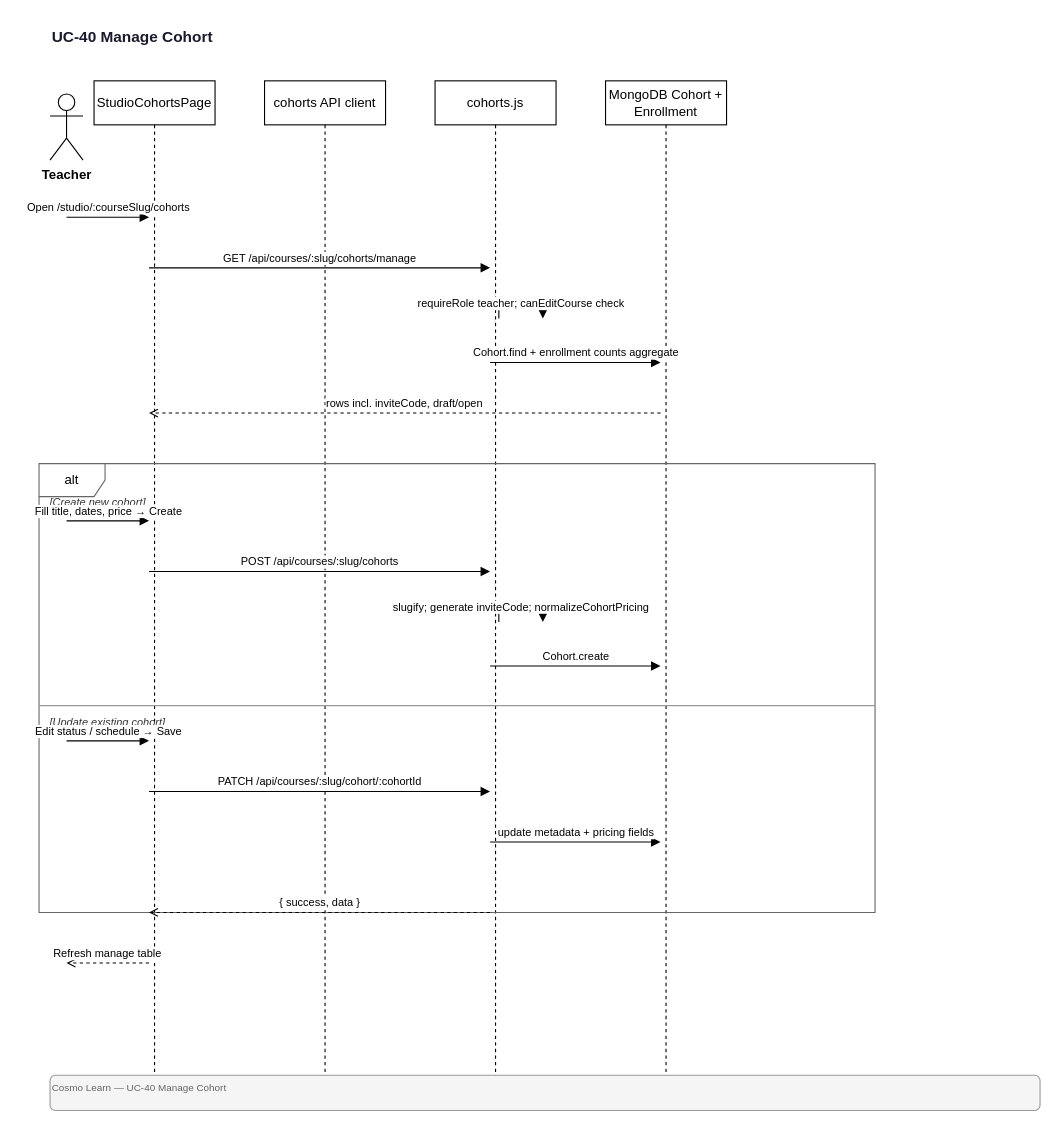
quangg1/ASTRO_EDU keeps this draw.io diagram as docs/diagrams/sequence/UC-40-Manage-Cohort.drawio. Above is the earlier version. Source tidied: cells renumbered, new cells numbered last; positions are measured from the earlier drawing's top-left corner, leaving out a move shared by most shapes. Both pictures are drawn from the tidied source at 110%, with x=0, y=0 at pixel (38, 19).
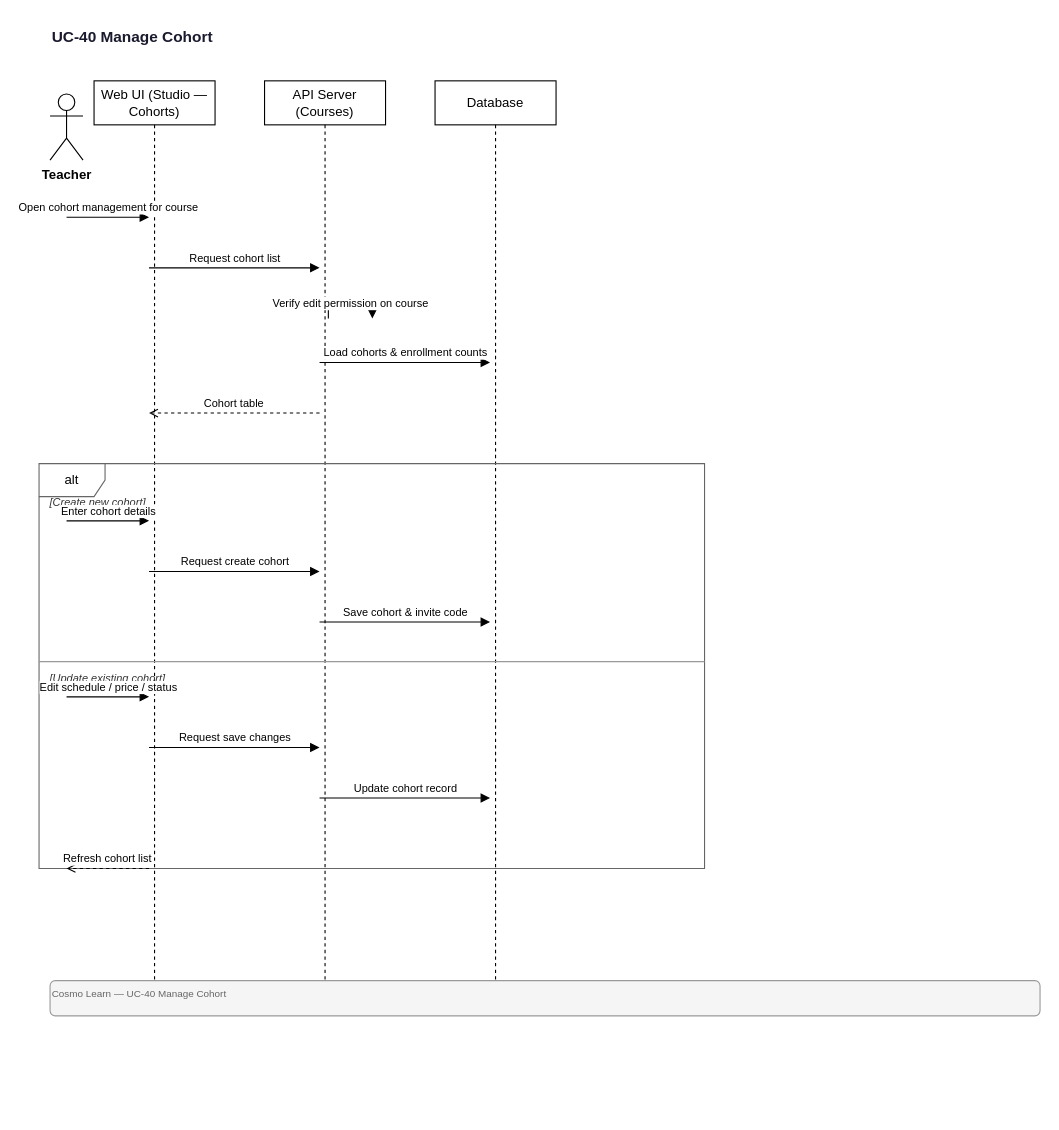
The same diagram, later.

The edit, as a diff of the source:
```diff
@@
-    <mxCell id="4" value="StudioCohortsPage" style="shape=umlLifeline;perimeter=lifelinePerimeter;whiteSpace=wrap;html=1;size=40;" parent="1" vertex="1">
-      <mxGeometry x="50" y="56" width="110" height="906" as="geometry" />
-    </mxCell>
-    <mxCell id="5" value="cohorts API client" style="shape=umlLifeline;perimeter=lifelinePerimeter;whiteSpace=wrap;html=1;size=40;" parent="1" vertex="1">
-      <mxGeometry x="205" y="56" width="110" height="906" as="geometry" />
-    </mxCell>
-    <mxCell id="6" value="cohorts.js" style="shape=umlLifeline;perimeter=lifelinePerimeter;whiteSpace=wrap;html=1;size=40;" parent="1" vertex="1">
-      <mxGeometry x="360" y="56" width="110" height="906" as="geometry" />
-    </mxCell>
+    <mxCell id="27" value="Web UI (Studio — Cohorts)" style="shape=umlLifeline;perimeter=lifelinePerimeter;whiteSpace=wrap;html=1;size=40;" parent="1" vertex="1">
+      <mxGeometry x="50" y="56" width="110" height="820" as="geometry" />
+    </mxCell>
+    <mxCell id="28" value="API Server (Courses)" style="shape=umlLifeline;perimeter=lifelinePerimeter;whiteSpace=wrap;html=1;size=40;" parent="1" vertex="1">
+      <mxGeometry x="205" y="56" width="110" height="820" as="geometry" />
+    </mxCell>
-    <mxCell id="7" value="MongoDB Cohort + Enrollment" style="shape=umlLifeline;perimeter=lifelinePerimeter;whiteSpace=wrap;html=1;size=40;" parent="1" vertex="1">
-      <mxGeometry x="515" y="56" width="110" height="906" as="geometry" />
+    <mxCell id="7" value="Database" style="shape=umlLifeline;perimeter=lifelinePerimeter;whiteSpace=wrap;html=1;size=40;" parent="1" vertex="1">
+      <mxGeometry x="360" y="56" width="110" height="820" as="geometry" />
     </mxCell>
-    <mxCell id="8" value="Open /studio/:courseSlug/cohorts" style="endArrow=block;endFill=1;html=1;fontSize=10;verticalAlign=bottom;" parent="1" edge="1">
+    <mxCell id="8" value="Open cohort management for course" style="endArrow=block;endFill=1;html=1;fontSize=10;verticalAlign=bottom;" parent="1" edge="1">
       <mxGeometry relative="1" as="geometry">
         <mxPoint x="25" y="180" as="sourcePoint" />
         <mxPoint x="100" y="180" as="targetPoint" />
       </mxGeometry>
     </mxCell>
-    <mxCell id="9" value="GET /api/courses/:slug/cohorts/manage" style="endArrow=block;endFill=1;html=1;fontSize=10;verticalAlign=bottom;" parent="1" edge="1">
+    <mxCell id="9" value="Request cohort list" style="endArrow=block;endFill=1;html=1;fontSize=10;verticalAlign=bottom;" parent="1" edge="1">
       <mxGeometry relative="1" as="geometry">
         <mxPoint x="100" y="226" as="sourcePoint" />
-        <mxPoint x="410" y="226" as="targetPoint" />
+        <mxPoint x="255" y="226" as="targetPoint" />
       </mxGeometry>
     </mxCell>
-    <mxCell id="10" value="requireRole teacher; canEditCourse check" style="endArrow=block;endFill=1;html=1;fontSize=10;edgeStyle=orthogonalEdgeStyle;rounded=0;" parent="1" edge="1">
+    <mxCell id="10" value="Verify edit permission on course" style="endArrow=block;endFill=1;html=1;fontSize=10;edgeStyle=orthogonalEdgeStyle;rounded=0;" parent="1" edge="1">
       <mxGeometry relative="1" as="geometry">
-        <mxPoint x="418" y="272" as="sourcePoint" />
-        <mxPoint x="458" y="272" as="targetPoint" />
+        <mxPoint x="263" y="272" as="sourcePoint" />
+        <mxPoint x="303" y="272" as="targetPoint" />
         <Array as="points">
-          <mxPoint x="458" y="258" />
-          <mxPoint x="418" y="258" />
+          <mxPoint x="303" y="258" />
+          <mxPoint x="263" y="258" />
         </Array>
       </mxGeometry>
     </mxCell>
-    <mxCell id="11" value="Cohort.find + enrollment counts aggregate" style="endArrow=block;endFill=1;html=1;fontSize=10;verticalAlign=bottom;" parent="1" edge="1">
+    <mxCell id="11" value="Load cohorts &amp; enrollment counts" style="endArrow=block;endFill=1;html=1;fontSize=10;verticalAlign=bottom;" parent="1" edge="1">
       <mxGeometry relative="1" as="geometry">
-        <mxPoint x="410" y="312" as="sourcePoint" />
-        <mxPoint x="565" y="312" as="targetPoint" />
+        <mxPoint x="255" y="312" as="sourcePoint" />
+        <mxPoint x="410" y="312" as="targetPoint" />
       </mxGeometry>
     </mxCell>
-    <mxCell id="12" value="rows incl. inviteCode, draft/open" style="endArrow=open;endFill=0;html=1;dashed=1;fontSize=10;verticalAlign=bottom;" parent="1" edge="1">
+    <mxCell id="12" value="Cohort table" style="endArrow=open;endFill=0;html=1;dashed=1;fontSize=10;verticalAlign=bottom;" parent="1" edge="1">
       <mxGeometry relative="1" as="geometry">
-        <mxPoint x="565" y="358" as="sourcePoint" />
+        <mxPoint x="255" y="358" as="sourcePoint" />
         <mxPoint x="100" y="358" as="targetPoint" />
       </mxGeometry>
     </mxCell>
     <mxCell id="13" value="alt" style="shape=umlFrame;whiteSpace=wrap;html=1;fillColor=none;strokeColor=#666666;" parent="1" vertex="1">
-      <mxGeometry y="404" width="760" height="408" as="geometry" />
+      <mxGeometry y="404" width="605" height="368" as="geometry" />
     </mxCell>
     <mxCell id="14" value="[Create new cohort]" style="text;html=1;strokeColor=none;fillColor=none;align=left;verticalAlign=middle;fontSize=10;fontStyle=2;fontColor=#333333;" parent="1" vertex="1">
-      <mxGeometry x="8" y="430" width="744" height="18" as="geometry" />
+      <mxGeometry x="8" y="430" width="589" height="18" as="geometry" />
     </mxCell>
-    <mxCell id="15" value="Fill title, dates, price → Create" style="endArrow=block;endFill=1;html=1;fontSize=10;verticalAlign=bottom;" parent="1" edge="1">
+    <mxCell id="15" value="Enter cohort details" style="endArrow=block;endFill=1;html=1;fontSize=10;verticalAlign=bottom;" parent="1" edge="1">
       <mxGeometry relative="1" as="geometry">
         <mxPoint x="25" y="456" as="sourcePoint" />
         <mxPoint x="100" y="456" as="targetPoint" />
       </mxGeometry>
     </mxCell>
-    <mxCell id="16" value="POST /api/courses/:slug/cohorts" style="endArrow=block;endFill=1;html=1;fontSize=10;verticalAlign=bottom;" parent="1" edge="1">
+    <mxCell id="16" value="Request create cohort" style="endArrow=block;endFill=1;html=1;fontSize=10;verticalAlign=bottom;" parent="1" edge="1">
       <mxGeometry relative="1" as="geometry">
         <mxPoint x="100" y="502" as="sourcePoint" />
-        <mxPoint x="410" y="502" as="targetPoint" />
+        <mxPoint x="255" y="502" as="targetPoint" />
       </mxGeometry>
     </mxCell>
-    <mxCell id="17" value="slugify; generate inviteCode; normalizeCohortPricing" style="endArrow=block;endFill=1;html=1;fontSize=10;edgeStyle=orthogonalEdgeStyle;rounded=0;" parent="1" edge="1">
+    <mxCell id="17" value="Save cohort &amp; invite code" style="endArrow=block;endFill=1;html=1;fontSize=10;verticalAlign=bottom;" parent="1" edge="1">
       <mxGeometry relative="1" as="geometry">
-        <mxPoint x="418" y="548" as="sourcePoint" />
-        <mxPoint x="458" y="548" as="targetPoint" />
-        <Array as="points">
-          <mxPoint x="458" y="534" />
-          <mxPoint x="418" y="534" />
-        </Array>
+        <mxPoint x="255" y="548" as="sourcePoint" />
+        <mxPoint x="410" y="548" as="targetPoint" />
       </mxGeometry>
     </mxCell>
-    <mxCell id="18" value="Cohort.create" style="endArrow=block;endFill=1;html=1;fontSize=10;verticalAlign=bottom;" parent="1" edge="1">
-      <mxGeometry relative="1" as="geometry">
-        <mxPoint x="410" y="588" as="sourcePoint" />
-        <mxPoint x="565" y="588" as="targetPoint" />
-      </mxGeometry>
+    <mxCell id="18" value="[Update existing cohort]" style="text;html=1;strokeColor=none;fillColor=none;align=left;verticalAlign=middle;fontSize=10;fontStyle=2;fontColor=#333333;" parent="1" vertex="1">
+      <mxGeometry x="8" y="590" width="589" height="18" as="geometry" />
     </mxCell>
-    <mxCell id="19" value="[Update existing cohort]" style="text;html=1;strokeColor=none;fillColor=none;align=left;verticalAlign=middle;fontSize=10;fontStyle=2;fontColor=#333333;" parent="1" vertex="1">
-      <mxGeometry x="8" y="630" width="744" height="18" as="geometry" />
+    <mxCell id="19" style="endArrow=none;html=1;strokeWidth=1;strokeColor=#999999;" parent="1" edge="1">
+      <mxGeometry relative="1" as="geometry">
+        <mxPoint y="584" as="sourcePoint" />
+        <mxPoint x="605" y="584" as="targetPoint" />
+      </mxGeometry>
     </mxCell>
-    <mxCell id="20" style="endArrow=none;html=1;strokeWidth=1;strokeColor=#999999;" parent="1" edge="1">
+    <mxCell id="20" value="Edit schedule / price / status" style="endArrow=block;endFill=1;html=1;fontSize=10;verticalAlign=bottom;" parent="1" edge="1">
       <mxGeometry relative="1" as="geometry">
-        <mxPoint y="624" as="sourcePoint" />
-        <mxPoint x="760" y="624" as="targetPoint" />
+        <mxPoint x="25" y="616" as="sourcePoint" />
+        <mxPoint x="100" y="616" as="targetPoint" />
       </mxGeometry>
     </mxCell>
-    <mxCell id="21" value="Edit status / schedule → Save" style="endArrow=block;endFill=1;html=1;fontSize=10;verticalAlign=bottom;" parent="1" edge="1">
+    <mxCell id="21" value="Request save changes" style="endArrow=block;endFill=1;html=1;fontSize=10;verticalAlign=bottom;" parent="1" edge="1">
       <mxGeometry relative="1" as="geometry">
-        <mxPoint x="25" y="656" as="sourcePoint" />
-        <mxPoint x="100" y="656" as="targetPoint" />
+        <mxPoint x="100" y="662" as="sourcePoint" />
+        <mxPoint x="255" y="662" as="targetPoint" />
       </mxGeometry>
     </mxCell>
-    <mxCell id="22" value="PATCH /api/courses/:slug/cohort/:cohortId" style="endArrow=block;endFill=1;html=1;fontSize=10;verticalAlign=bottom;" parent="1" edge="1">
+    <mxCell id="22" value="Update cohort record" style="endArrow=block;endFill=1;html=1;fontSize=10;verticalAlign=bottom;" parent="1" edge="1">
       <mxGeometry relative="1" as="geometry">
-        <mxPoint x="100" y="702" as="sourcePoint" />
-        <mxPoint x="410" y="702" as="targetPoint" />
+        <mxPoint x="255" y="708" as="sourcePoint" />
+        <mxPoint x="410" y="708" as="targetPoint" />
       </mxGeometry>
     </mxCell>
-    <mxCell id="23" value="update metadata + pricing fields" style="endArrow=block;endFill=1;html=1;fontSize=10;verticalAlign=bottom;" parent="1" edge="1">
+    <mxCell id="23" value="Refresh cohort list" style="endArrow=open;endFill=0;html=1;dashed=1;fontSize=10;verticalAlign=bottom;" parent="1" edge="1">
       <mxGeometry relative="1" as="geometry">
-        <mxPoint x="410" y="748" as="sourcePoint" />
-        <mxPoint x="565" y="748" as="targetPoint" />
+        <mxPoint x="100" y="772" as="sourcePoint" />
+        <mxPoint x="25" y="772" as="targetPoint" />
       </mxGeometry>
     </mxCell>
-    <mxCell id="24" value="{ success, data }" style="endArrow=open;endFill=0;html=1;dashed=1;fontSize=10;verticalAlign=bottom;" parent="1" edge="1">
-      <mxGeometry relative="1" as="geometry">
-        <mxPoint x="410" y="812" as="sourcePoint" />
-        <mxPoint x="100" y="812" as="targetPoint" />
-      </mxGeometry>
+    <mxCell id="24" value="Cosmo Learn — UC-40 Manage Cohort" style="text;html=1;strokeColor=#999;fillColor=#f5f5f5;align=left;verticalAlign=top;fontSize=9;fontColor=#666;rounded=1;" parent="1" vertex="1">
+      <mxGeometry x="10" y="874" width="900" height="32" as="geometry" />
     </mxCell>
-    <mxCell id="25" value="Refresh manage table" style="endArrow=open;endFill=0;html=1;dashed=1;fontSize=10;verticalAlign=bottom;" parent="1" edge="1">
-      <mxGeometry relative="1" as="geometry">
-        <mxPoint x="100" y="858" as="sourcePoint" />
-        <mxPoint x="25" y="858" as="targetPoint" />
-      </mxGeometry>
-    </mxCell>
-    <mxCell id="26" value="Cosmo Learn — UC-40 Manage Cohort" style="text;html=1;strokeColor=#999;fillColor=#f5f5f5;align=left;verticalAlign=top;fontSize=9;fontColor=#666;rounded=1;" parent="1" vertex="1">
-      <mxGeometry x="10" y="960" width="900" height="32" as="geometry" />
-    </mxCell>
```
